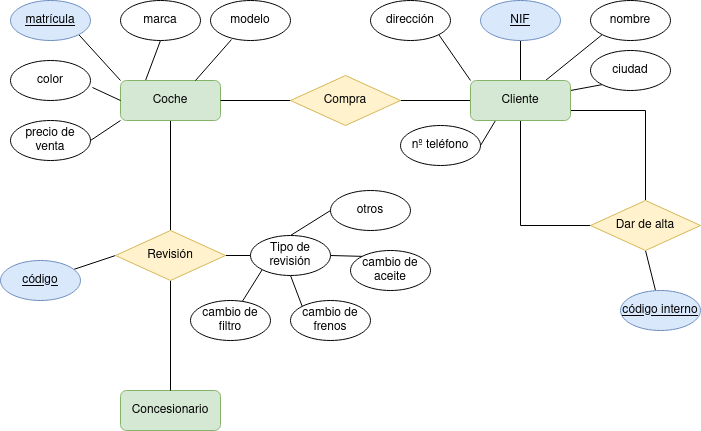
The draw.io diagram Unidad-1/Tareas/Tarea-5/Ejercicio6.drawio.png in LuisMGlez/base-datos, before a commit. Source tidied: cells renumbered, new cells last; positions are measured from the earlier drawing's top-left corner, leaving out a move shared by most shapes.
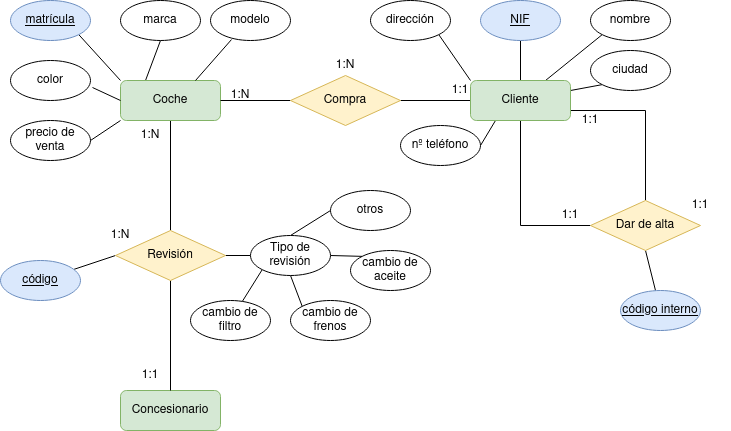
The same diagram one commit later.

Change to the diagram source:
```diff
@@ -140,5 +140,32 @@
     <mxCell id="47" style="rounded=0;jettySize=auto;html=1;exitX=0.75;exitY=0;exitDx=0;exitDy=0;entryX=0.263;entryY=0.975;entryDx=0;entryDy=0;entryPerimeter=0;endArrow=none;endFill=0;" parent="1" edge="1" source="7" target="35">
       <mxGeometry relative="1" as="geometry" />
     </mxCell>
+    <mxCell id="48" value="1:N" style="text;strokeColor=none;align=center;fillColor=none;html=1;verticalAlign=middle;whiteSpace=wrap;rounded=0;" parent="1" vertex="1">
+      <mxGeometry x="120" y="120" width="60" height="30" as="geometry" />
+    </mxCell>
+    <mxCell id="49" value="1:N" style="text;strokeColor=none;align=center;fillColor=none;html=1;verticalAlign=middle;whiteSpace=wrap;rounded=0;" parent="1" vertex="1">
+      <mxGeometry x="315" y="50" width="60" height="30" as="geometry" />
+    </mxCell>
+    <mxCell id="50" value="1:1" style="text;strokeColor=none;align=center;fillColor=none;html=1;verticalAlign=middle;whiteSpace=wrap;rounded=0;" parent="1" vertex="1">
+      <mxGeometry x="430" y="75" width="60" height="30" as="geometry" />
+    </mxCell>
+    <mxCell id="51" value="1:N" style="text;strokeColor=none;align=center;fillColor=none;html=1;verticalAlign=middle;whiteSpace=wrap;rounded=0;" parent="1" vertex="1">
+      <mxGeometry x="210" y="80" width="60" height="30" as="geometry" />
+    </mxCell>
+    <mxCell id="52" value="1:1" style="text;strokeColor=none;align=center;fillColor=none;html=1;verticalAlign=middle;whiteSpace=wrap;rounded=0;" parent="1" vertex="1">
+      <mxGeometry x="120" y="360" width="60" height="30" as="geometry" />
+    </mxCell>
+    <mxCell id="53" value="1:N" style="text;strokeColor=none;align=center;fillColor=none;html=1;verticalAlign=middle;whiteSpace=wrap;rounded=0;" parent="1" vertex="1">
+      <mxGeometry x="90" y="220" width="60" height="30" as="geometry" />
+    </mxCell>
+    <mxCell id="54" value="1:1" style="text;strokeColor=none;align=center;fillColor=none;html=1;verticalAlign=middle;whiteSpace=wrap;rounded=0;" parent="1" vertex="1">
+      <mxGeometry x="540" y="200" width="60" height="30" as="geometry" />
+    </mxCell>
+    <mxCell id="55" value="1:1" style="text;strokeColor=none;align=center;fillColor=none;html=1;verticalAlign=middle;whiteSpace=wrap;rounded=0;" parent="1" vertex="1">
+      <mxGeometry x="560" y="105" width="60" height="30" as="geometry" />
+    </mxCell>
+    <mxCell id="56" value="1:1" style="text;strokeColor=none;align=center;fillColor=none;html=1;verticalAlign=middle;whiteSpace=wrap;rounded=0;" parent="1" vertex="1">
+      <mxGeometry x="670" y="190" width="60" height="30" as="geometry" />
+    </mxCell>
   </root>
 </mxGraphModel>
```
